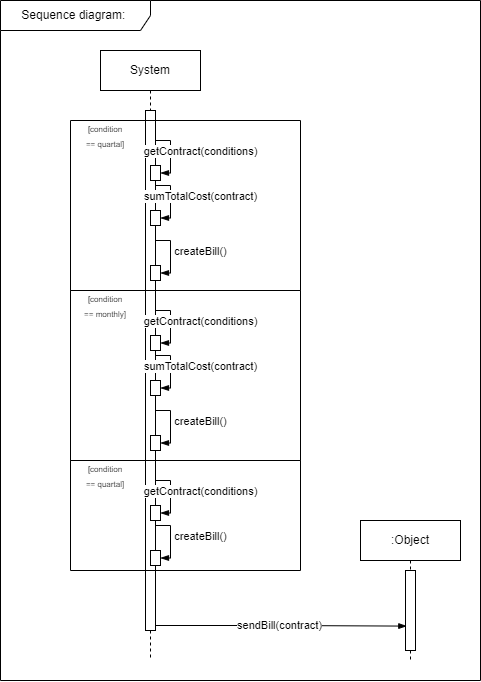
Lenni528/UMLions keeps this draw.io diagram as diagrams/B4/B4_Bill.png. Above is the earlier version. Source tidied: cells renumbered, new cells last; positions are measured from the earlier drawing's top-left corner, leaving out a move shared by most shapes. Its diagram source:
```xml
<mxGraphModel>
  <root>
    <mxCell id="0" />
    <mxCell id="1" parent="0" />
    <mxCell id="2" value="System" style="shape=umlLifeline;perimeter=lifelinePerimeter;whiteSpace=wrap;html=1;newEdgeStyle={&quot;curved&quot;:0,&quot;rounded&quot;:0};" parent="1" vertex="1">
      <mxGeometry x="100" y="50" width="100" height="610" as="geometry" />
    </mxCell>
    <mxCell id="3" value="Sequence diagram:&amp;nbsp;" style="shape=umlFrame;whiteSpace=wrap;html=1;width=150;height=30;" parent="1" vertex="1">
      <mxGeometry width="480" height="680" as="geometry" />
    </mxCell>
    <mxCell id="4" style="html=1;points=[[0,0,0,0,5],[0,1,0,0,-5],[1,0,0,0,5],[1,1,0,0,-5]];perimeter=orthogonalPerimeter;outlineConnect=0;targetShapes=umlLifeline;portConstraint=eastwest;newEdgeStyle={&quot;curved&quot;:0,&quot;rounded&quot;:0};" parent="1" vertex="1">
      <mxGeometry x="145" y="110" width="10" height="520" as="geometry" />
    </mxCell>
    <mxCell id="5" style="swimlane;startSize=0;" parent="1" vertex="1">
      <mxGeometry x="70" y="120" width="230" height="170" as="geometry" />
    </mxCell>
    <mxCell id="6" style="html=1;points=[[0,0,0,0,5],[0,1,0,0,-5],[1,0,0,0,5],[1,1,0,0,-5]];perimeter=orthogonalPerimeter;outlineConnect=0;targetShapes=umlLifeline;portConstraint=eastwest;newEdgeStyle={&quot;curved&quot;:0,&quot;rounded&quot;:0};" parent="5" vertex="1">
      <mxGeometry x="80" y="45" width="10" height="15" as="geometry" />
    </mxCell>
    <mxCell id="7" style="edgeStyle=elbowEdgeStyle;fontSize=12;html=1;endArrow=blockThin;endFill=1;rounded=0;exitX=1;exitY=0;exitDx=0;exitDy=5;exitPerimeter=0;" parent="5" edge="1" target="6">
      <mxGeometry relative="1" as="geometry">
        <mxPoint x="85" y="20" as="sourcePoint" />
        <Array as="points">
          <mxPoint x="100" y="35" />
        </Array>
      </mxGeometry>
    </mxCell>
    <mxCell id="8" value="getContract(conditions)" style="edgeLabel;html=1;align=center;verticalAlign=middle;" parent="7" vertex="1">
      <mxGeometry x="-0.1" relative="1" as="geometry">
        <mxPoint x="30" as="offset" />
      </mxGeometry>
    </mxCell>
    <mxCell id="9" style="html=1;points=[[0,0,0,0,5],[0,1,0,0,-5],[1,0,0,0,5],[1,1,0,0,-5]];perimeter=orthogonalPerimeter;outlineConnect=0;targetShapes=umlLifeline;portConstraint=eastwest;newEdgeStyle={&quot;curved&quot;:0,&quot;rounded&quot;:0};" parent="5" vertex="1">
      <mxGeometry x="80" y="90" width="10" height="15" as="geometry" />
    </mxCell>
    <mxCell id="10" style="edgeStyle=elbowEdgeStyle;fontSize=12;html=1;endArrow=blockThin;endFill=1;rounded=0;exitX=1;exitY=0;exitDx=0;exitDy=5;exitPerimeter=0;" parent="5" edge="1" target="9">
      <mxGeometry relative="1" as="geometry">
        <mxPoint x="85" y="65" as="sourcePoint" />
        <Array as="points">
          <mxPoint x="100" y="80" />
        </Array>
      </mxGeometry>
    </mxCell>
    <mxCell id="11" value="sumTotalCost(contract)" style="edgeLabel;html=1;align=center;verticalAlign=middle;" parent="10" vertex="1">
      <mxGeometry x="-0.1" relative="1" as="geometry">
        <mxPoint x="30" as="offset" />
      </mxGeometry>
    </mxCell>
    <mxCell id="12" style="html=1;points=[[0,0,0,0,5],[0,1,0,0,-5],[1,0,0,0,5],[1,1,0,0,-5]];perimeter=orthogonalPerimeter;outlineConnect=0;targetShapes=umlLifeline;portConstraint=eastwest;newEdgeStyle={&quot;curved&quot;:0,&quot;rounded&quot;:0};" parent="5" vertex="1">
      <mxGeometry x="80" y="145" width="10" height="15" as="geometry" />
    </mxCell>
    <mxCell id="13" style="edgeStyle=elbowEdgeStyle;fontSize=12;html=1;endArrow=blockThin;endFill=1;rounded=0;exitX=1;exitY=0;exitDx=0;exitDy=5;exitPerimeter=0;" parent="5" edge="1" target="12">
      <mxGeometry relative="1" as="geometry">
        <mxPoint x="85" y="120" as="sourcePoint" />
        <Array as="points">
          <mxPoint x="100" y="135" />
        </Array>
      </mxGeometry>
    </mxCell>
    <mxCell id="14" value="createBill()" style="edgeLabel;html=1;align=center;verticalAlign=middle;" parent="13" vertex="1">
      <mxGeometry x="-0.1" relative="1" as="geometry">
        <mxPoint x="30" as="offset" />
      </mxGeometry>
    </mxCell>
    <mxCell id="15" value="&lt;font style=&quot;font-size: 8px;&quot;&gt;[condition&lt;br&gt;== quartal]&lt;/font&gt;" style="text;html=1;align=center;verticalAlign=middle;whiteSpace=wrap;rounded=0;" parent="1" vertex="1">
      <mxGeometry x="60" y="120" width="90" height="30" as="geometry" />
    </mxCell>
    <mxCell id="16" style="swimlane;startSize=0;" parent="1" vertex="1">
      <mxGeometry x="70" y="290" width="230" height="170" as="geometry" />
    </mxCell>
    <mxCell id="17" style="html=1;points=[[0,0,0,0,5],[0,1,0,0,-5],[1,0,0,0,5],[1,1,0,0,-5]];perimeter=orthogonalPerimeter;outlineConnect=0;targetShapes=umlLifeline;portConstraint=eastwest;newEdgeStyle={&quot;curved&quot;:0,&quot;rounded&quot;:0};" parent="16" vertex="1">
      <mxGeometry x="80" y="45" width="10" height="15" as="geometry" />
    </mxCell>
    <mxCell id="18" style="edgeStyle=elbowEdgeStyle;fontSize=12;html=1;endArrow=blockThin;endFill=1;rounded=0;exitX=1;exitY=0;exitDx=0;exitDy=5;exitPerimeter=0;" parent="16" edge="1" target="17">
      <mxGeometry relative="1" as="geometry">
        <mxPoint x="85" y="20" as="sourcePoint" />
        <Array as="points">
          <mxPoint x="100" y="35" />
        </Array>
      </mxGeometry>
    </mxCell>
    <mxCell id="19" value="getContract(conditions)" style="edgeLabel;html=1;align=center;verticalAlign=middle;" parent="18" vertex="1">
      <mxGeometry x="-0.1" relative="1" as="geometry">
        <mxPoint x="30" as="offset" />
      </mxGeometry>
    </mxCell>
    <mxCell id="20" style="html=1;points=[[0,0,0,0,5],[0,1,0,0,-5],[1,0,0,0,5],[1,1,0,0,-5]];perimeter=orthogonalPerimeter;outlineConnect=0;targetShapes=umlLifeline;portConstraint=eastwest;newEdgeStyle={&quot;curved&quot;:0,&quot;rounded&quot;:0};" parent="16" vertex="1">
      <mxGeometry x="80" y="90" width="10" height="15" as="geometry" />
    </mxCell>
    <mxCell id="21" style="edgeStyle=elbowEdgeStyle;fontSize=12;html=1;endArrow=blockThin;endFill=1;rounded=0;exitX=1;exitY=0;exitDx=0;exitDy=5;exitPerimeter=0;" parent="16" edge="1" target="20">
      <mxGeometry relative="1" as="geometry">
        <mxPoint x="85" y="65" as="sourcePoint" />
        <Array as="points">
          <mxPoint x="100" y="80" />
        </Array>
      </mxGeometry>
    </mxCell>
    <mxCell id="22" value="sumTotalCost(contract)" style="edgeLabel;html=1;align=center;verticalAlign=middle;" parent="21" vertex="1">
      <mxGeometry x="-0.1" relative="1" as="geometry">
        <mxPoint x="30" as="offset" />
      </mxGeometry>
    </mxCell>
    <mxCell id="23" style="html=1;points=[[0,0,0,0,5],[0,1,0,0,-5],[1,0,0,0,5],[1,1,0,0,-5]];perimeter=orthogonalPerimeter;outlineConnect=0;targetShapes=umlLifeline;portConstraint=eastwest;newEdgeStyle={&quot;curved&quot;:0,&quot;rounded&quot;:0};" parent="16" vertex="1">
      <mxGeometry x="80" y="145" width="10" height="15" as="geometry" />
    </mxCell>
    <mxCell id="24" style="edgeStyle=elbowEdgeStyle;fontSize=12;html=1;endArrow=blockThin;endFill=1;rounded=0;exitX=1;exitY=0;exitDx=0;exitDy=5;exitPerimeter=0;" parent="16" edge="1" target="23">
      <mxGeometry relative="1" as="geometry">
        <mxPoint x="85" y="120" as="sourcePoint" />
        <Array as="points">
          <mxPoint x="100" y="135" />
        </Array>
      </mxGeometry>
    </mxCell>
    <mxCell id="25" value="createBill()" style="edgeLabel;html=1;align=center;verticalAlign=middle;" parent="24" vertex="1">
      <mxGeometry x="-0.1" relative="1" as="geometry">
        <mxPoint x="30" as="offset" />
      </mxGeometry>
    </mxCell>
    <mxCell id="26" value="&lt;font style=&quot;font-size: 8px;&quot;&gt;[condition&lt;br&gt;== monthly]&lt;/font&gt;" style="text;html=1;align=center;verticalAlign=middle;whiteSpace=wrap;rounded=0;" parent="1" vertex="1">
      <mxGeometry x="60" y="290" width="90" height="30" as="geometry" />
    </mxCell>
    <mxCell id="27" style="swimlane;startSize=0;" parent="1" vertex="1">
      <mxGeometry x="70" y="460" width="230" height="110" as="geometry" />
    </mxCell>
    <mxCell id="28" style="html=1;points=[[0,0,0,0,5],[0,1,0,0,-5],[1,0,0,0,5],[1,1,0,0,-5]];perimeter=orthogonalPerimeter;outlineConnect=0;targetShapes=umlLifeline;portConstraint=eastwest;newEdgeStyle={&quot;curved&quot;:0,&quot;rounded&quot;:0};" parent="27" vertex="1">
      <mxGeometry x="80" y="45" width="10" height="15" as="geometry" />
    </mxCell>
    <mxCell id="29" style="edgeStyle=elbowEdgeStyle;fontSize=12;html=1;endArrow=blockThin;endFill=1;rounded=0;exitX=1;exitY=0;exitDx=0;exitDy=5;exitPerimeter=0;" parent="27" edge="1" target="28">
      <mxGeometry relative="1" as="geometry">
        <mxPoint x="85" y="20" as="sourcePoint" />
        <Array as="points">
          <mxPoint x="100" y="35" />
        </Array>
      </mxGeometry>
    </mxCell>
    <mxCell id="30" value="getContract(conditions)" style="edgeLabel;html=1;align=center;verticalAlign=middle;" parent="29" vertex="1">
      <mxGeometry x="-0.1" relative="1" as="geometry">
        <mxPoint x="30" as="offset" />
      </mxGeometry>
    </mxCell>
    <mxCell id="31" style="html=1;points=[[0,0,0,0,5],[0,1,0,0,-5],[1,0,0,0,5],[1,1,0,0,-5]];perimeter=orthogonalPerimeter;outlineConnect=0;targetShapes=umlLifeline;portConstraint=eastwest;newEdgeStyle={&quot;curved&quot;:0,&quot;rounded&quot;:0};" parent="27" vertex="1">
      <mxGeometry x="80" y="90" width="10" height="15" as="geometry" />
    </mxCell>
    <mxCell id="32" style="edgeStyle=elbowEdgeStyle;fontSize=12;html=1;endArrow=blockThin;endFill=1;rounded=0;exitX=1;exitY=0;exitDx=0;exitDy=5;exitPerimeter=0;" parent="27" edge="1" target="31">
      <mxGeometry relative="1" as="geometry">
        <mxPoint x="85" y="65" as="sourcePoint" />
        <Array as="points">
          <mxPoint x="100" y="80" />
        </Array>
      </mxGeometry>
    </mxCell>
    <mxCell id="33" value="createBill()" style="edgeLabel;html=1;align=center;verticalAlign=middle;" parent="32" vertex="1">
      <mxGeometry x="-0.1" relative="1" as="geometry">
        <mxPoint x="30" as="offset" />
      </mxGeometry>
    </mxCell>
    <mxCell id="34" value="&lt;font style=&quot;font-size: 8px;&quot;&gt;[condition&lt;br&gt;== quartal]&lt;/font&gt;" style="text;html=1;align=center;verticalAlign=middle;whiteSpace=wrap;rounded=0;" parent="1" vertex="1">
      <mxGeometry x="60" y="460" width="90" height="30" as="geometry" />
    </mxCell>
    <mxCell id="35" value=":Object" style="shape=umlLifeline;perimeter=lifelinePerimeter;whiteSpace=wrap;html=1;newEdgeStyle={&quot;curved&quot;:0,&quot;rounded&quot;:0};" parent="1" vertex="1">
      <mxGeometry x="360" y="520" width="100" height="140" as="geometry" />
    </mxCell>
    <mxCell id="36" style="html=1;points=[[0,0,0,0,5],[0,1,0,0,-5],[1,0,0,0,5],[1,1,0,0,-5]];perimeter=orthogonalPerimeter;outlineConnect=0;targetShapes=umlLifeline;portConstraint=eastwest;newEdgeStyle={&quot;curved&quot;:0,&quot;rounded&quot;:0};" parent="35" vertex="1">
      <mxGeometry x="45" y="50" width="10" height="80" as="geometry" />
    </mxCell>
    <mxCell id="37" style="edgeStyle=elbowEdgeStyle;fontSize=12;html=1;endArrow=blockThin;endFill=1;rounded=0;exitX=1;exitY=1;exitDx=0;exitDy=-5;exitPerimeter=0;entryX=0.129;entryY=0.695;entryDx=0;entryDy=0;entryPerimeter=0;" parent="1" edge="1" source="4" target="36">
      <mxGeometry relative="1" as="geometry" />
    </mxCell>
    <mxCell id="38" value="sendBill(contract)" style="edgeLabel;html=1;align=center;verticalAlign=middle;" parent="37" vertex="1">
      <mxGeometry x="-0.02" relative="1" as="geometry" />
    </mxCell>
  </root>
</mxGraphModel>
```
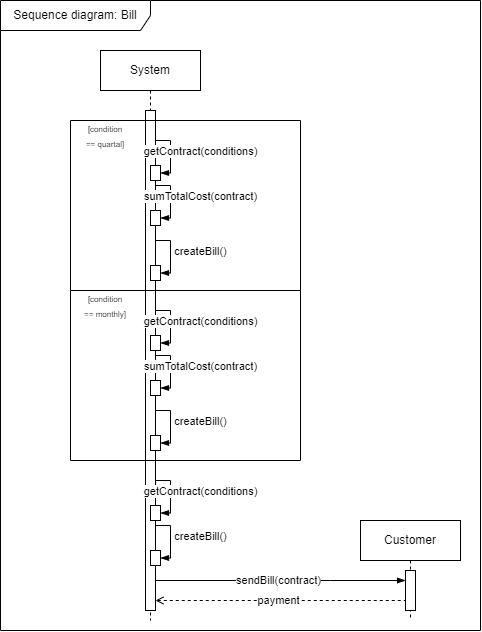
Above is the later version.

The edit, as a diff of the source:
```diff
@@ -3,13 +3,13 @@
     <mxCell id="0" />
     <mxCell id="1" parent="0" />
     <mxCell id="2" value="System" style="shape=umlLifeline;perimeter=lifelinePerimeter;whiteSpace=wrap;html=1;newEdgeStyle={&quot;curved&quot;:0,&quot;rounded&quot;:0};" parent="1" vertex="1">
-      <mxGeometry x="100" y="50" width="100" height="610" as="geometry" />
+      <mxGeometry x="100" y="50" width="100" height="570" as="geometry" />
     </mxCell>
-    <mxCell id="3" value="Sequence diagram:&amp;nbsp;" style="shape=umlFrame;whiteSpace=wrap;html=1;width=150;height=30;" parent="1" vertex="1">
-      <mxGeometry width="480" height="680" as="geometry" />
+    <mxCell id="3" value="Sequence diagram: Bill" style="shape=umlFrame;whiteSpace=wrap;html=1;width=150;height=30;" parent="1" vertex="1">
+      <mxGeometry width="480" height="630" as="geometry" />
     </mxCell>
     <mxCell id="4" style="html=1;points=[[0,0,0,0,5],[0,1,0,0,-5],[1,0,0,0,5],[1,1,0,0,-5]];perimeter=orthogonalPerimeter;outlineConnect=0;targetShapes=umlLifeline;portConstraint=eastwest;newEdgeStyle={&quot;curved&quot;:0,&quot;rounded&quot;:0};" parent="1" vertex="1">
-      <mxGeometry x="145" y="110" width="10" height="520" as="geometry" />
+      <mxGeometry x="145" y="110" width="10" height="500" as="geometry" />
     </mxCell>
     <mxCell id="5" style="swimlane;startSize=0;" parent="1" vertex="1">
       <mxGeometry x="70" y="120" width="230" height="170" as="geometry" />
@@ -120,7 +120,7 @@
       <mxGeometry x="60" y="290" width="90" height="30" as="geometry" />
     </mxCell>
     <mxCell id="27" style="swimlane;startSize=0;" parent="1" vertex="1">
-      <mxGeometry x="70" y="460" width="230" height="110" as="geometry" />
+      <mxGeometry x="70" y="460" width="230" as="geometry" />
     </mxCell>
     <mxCell id="28" style="html=1;points=[[0,0,0,0,5],[0,1,0,0,-5],[1,0,0,0,5],[1,1,0,0,-5]];perimeter=orthogonalPerimeter;outlineConnect=0;targetShapes=umlLifeline;portConstraint=eastwest;newEdgeStyle={&quot;curved&quot;:0,&quot;rounded&quot;:0};" parent="27" vertex="1">
       <mxGeometry x="80" y="45" width="10" height="15" as="geometry" />
@@ -154,20 +154,35 @@
         <mxPoint x="30" as="offset" />
       </mxGeometry>
     </mxCell>
-    <mxCell id="34" value="&lt;font style=&quot;font-size: 8px;&quot;&gt;[condition&lt;br&gt;== quartal]&lt;/font&gt;" style="text;html=1;align=center;verticalAlign=middle;whiteSpace=wrap;rounded=0;" parent="1" vertex="1">
-      <mxGeometry x="60" y="460" width="90" height="30" as="geometry" />
-    </mxCell>
-    <mxCell id="35" value=":Object" style="shape=umlLifeline;perimeter=lifelinePerimeter;whiteSpace=wrap;html=1;newEdgeStyle={&quot;curved&quot;:0,&quot;rounded&quot;:0};" parent="1" vertex="1">
-      <mxGeometry x="360" y="520" width="100" height="140" as="geometry" />
+    <mxCell id="35" value="Customer" style="shape=umlLifeline;perimeter=lifelinePerimeter;whiteSpace=wrap;html=1;newEdgeStyle={&quot;curved&quot;:0,&quot;rounded&quot;:0};" parent="1" vertex="1">
+      <mxGeometry x="360" y="520" width="100" height="100" as="geometry" />
     </mxCell>
     <mxCell id="36" style="html=1;points=[[0,0,0,0,5],[0,1,0,0,-5],[1,0,0,0,5],[1,1,0,0,-5]];perimeter=orthogonalPerimeter;outlineConnect=0;targetShapes=umlLifeline;portConstraint=eastwest;newEdgeStyle={&quot;curved&quot;:0,&quot;rounded&quot;:0};" parent="35" vertex="1">
-      <mxGeometry x="45" y="50" width="10" height="80" as="geometry" />
+      <mxGeometry x="45" y="50" width="10" height="40" as="geometry" />
     </mxCell>
-    <mxCell id="37" style="edgeStyle=elbowEdgeStyle;fontSize=12;html=1;endArrow=blockThin;endFill=1;rounded=0;exitX=1;exitY=1;exitDx=0;exitDy=-5;exitPerimeter=0;entryX=0.129;entryY=0.695;entryDx=0;entryDy=0;entryPerimeter=0;" parent="1" edge="1" source="4" target="36">
-      <mxGeometry relative="1" as="geometry" />
+    <mxCell id="37" style="edgeStyle=elbowEdgeStyle;fontSize=12;html=1;endArrow=blockThin;endFill=1;rounded=0;" parent="1" edge="1">
+      <mxGeometry relative="1" as="geometry">
+        <mxPoint x="155" y="580" as="sourcePoint" />
+        <mxPoint x="405" y="580" as="targetPoint" />
+        <Array as="points">
+          <mxPoint x="330" y="580" />
+        </Array>
+      </mxGeometry>
     </mxCell>
     <mxCell id="38" value="sendBill(contract)" style="edgeLabel;html=1;align=center;verticalAlign=middle;" parent="37" vertex="1">
       <mxGeometry x="-0.02" relative="1" as="geometry" />
     </mxCell>
+    <mxCell id="39" style="edgeStyle=elbowEdgeStyle;fontSize=12;html=1;endArrow=none;endFill=0;rounded=0;startArrow=open;startFill=0;dashed=1;" parent="1" edge="1">
+      <mxGeometry relative="1" as="geometry">
+        <mxPoint x="155" y="600" as="sourcePoint" />
+        <mxPoint x="405" y="600" as="targetPoint" />
+        <Array as="points">
+          <mxPoint x="330" y="600" />
+        </Array>
+      </mxGeometry>
+    </mxCell>
+    <mxCell id="40" value="payment" style="edgeLabel;html=1;align=center;verticalAlign=middle;" parent="39" vertex="1">
+      <mxGeometry x="-0.02" relative="1" as="geometry" />
+    </mxCell>
   </root>
 </mxGraphModel>
```
